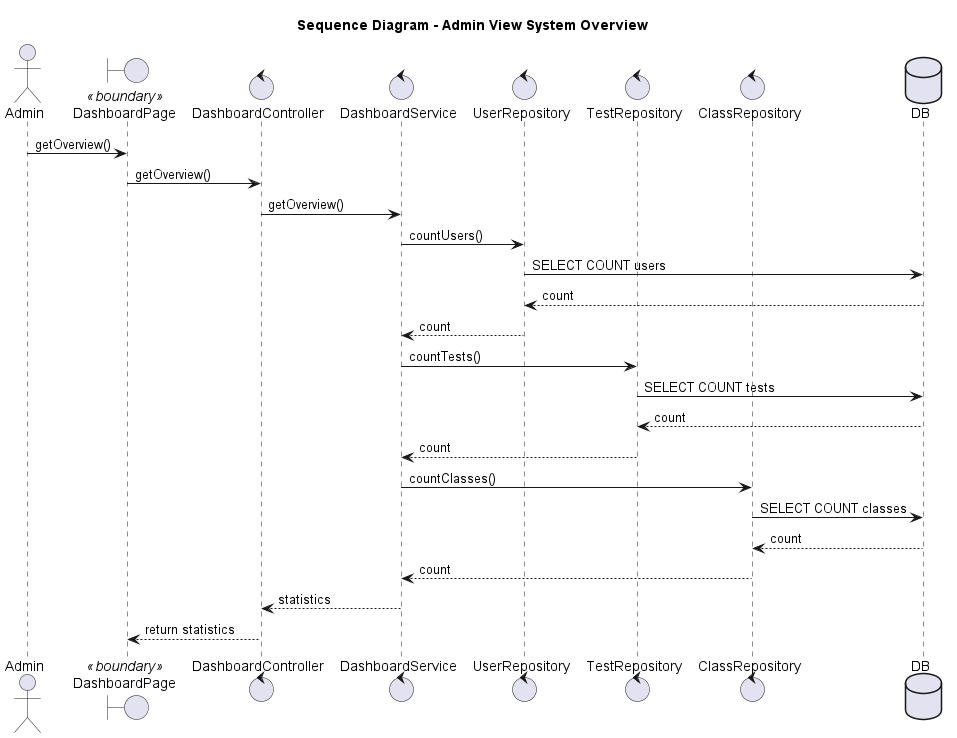
This is out/sequence/View System Overview/view_system_overview.png from Faythpromax/E-Learning, a PlantUML export, as it was before one commit.
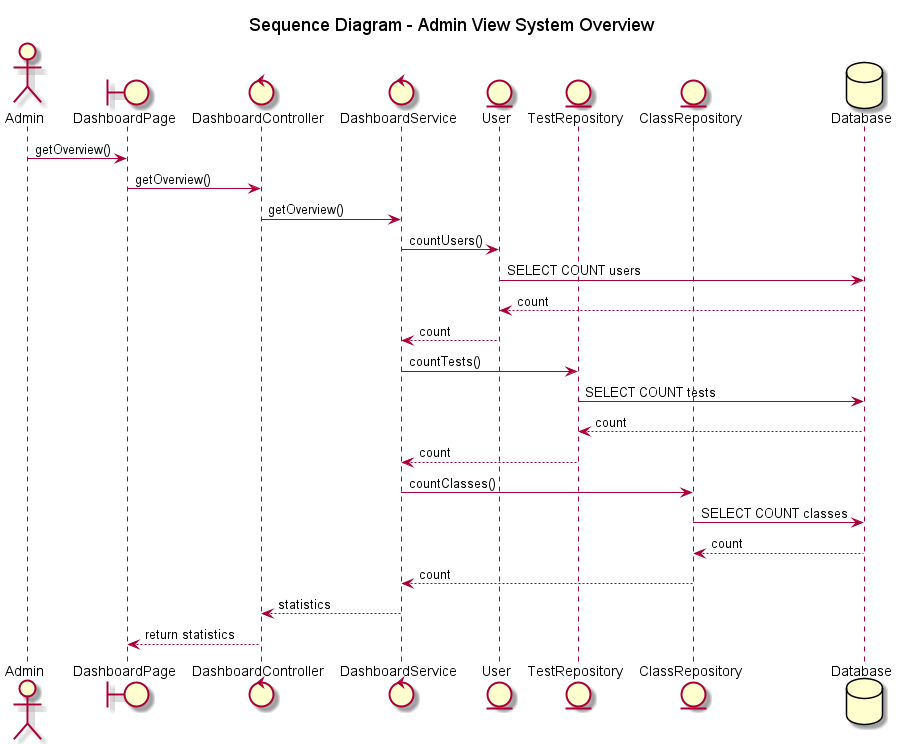
After the commit.

What changed in the source:
```diff
@@ -2,21 +2,21 @@
 title Sequence Diagram - Admin View System Overview
 
 actor Admin
-boundary "DashboardPage" as UI <<boundary>>
+boundary "DashboardPage" as UI
 control DashboardController
 control DashboardService
-control UserRepository
-control TestRepository
-control ClassRepository
-database DB
+entity "User" as User
+entity "TestRepository" as TestRepository
+entity "ClassRepository" as ClassRepository
+database "Database" as DB
 
 Admin -> UI: getOverview()
 UI -> DashboardController: getOverview()
 DashboardController -> DashboardService: getOverview()
-DashboardService -> UserRepository: countUsers()
-UserRepository -> DB: SELECT COUNT users
-DB --> UserRepository: count
-UserRepository --> DashboardService: count
+DashboardService -> User: countUsers()
+User -> DB: SELECT COUNT users
+DB --> User: count
+User --> DashboardService: count
 
 DashboardService -> TestRepository: countTests()
 TestRepository -> DB: SELECT COUNT tests
```
